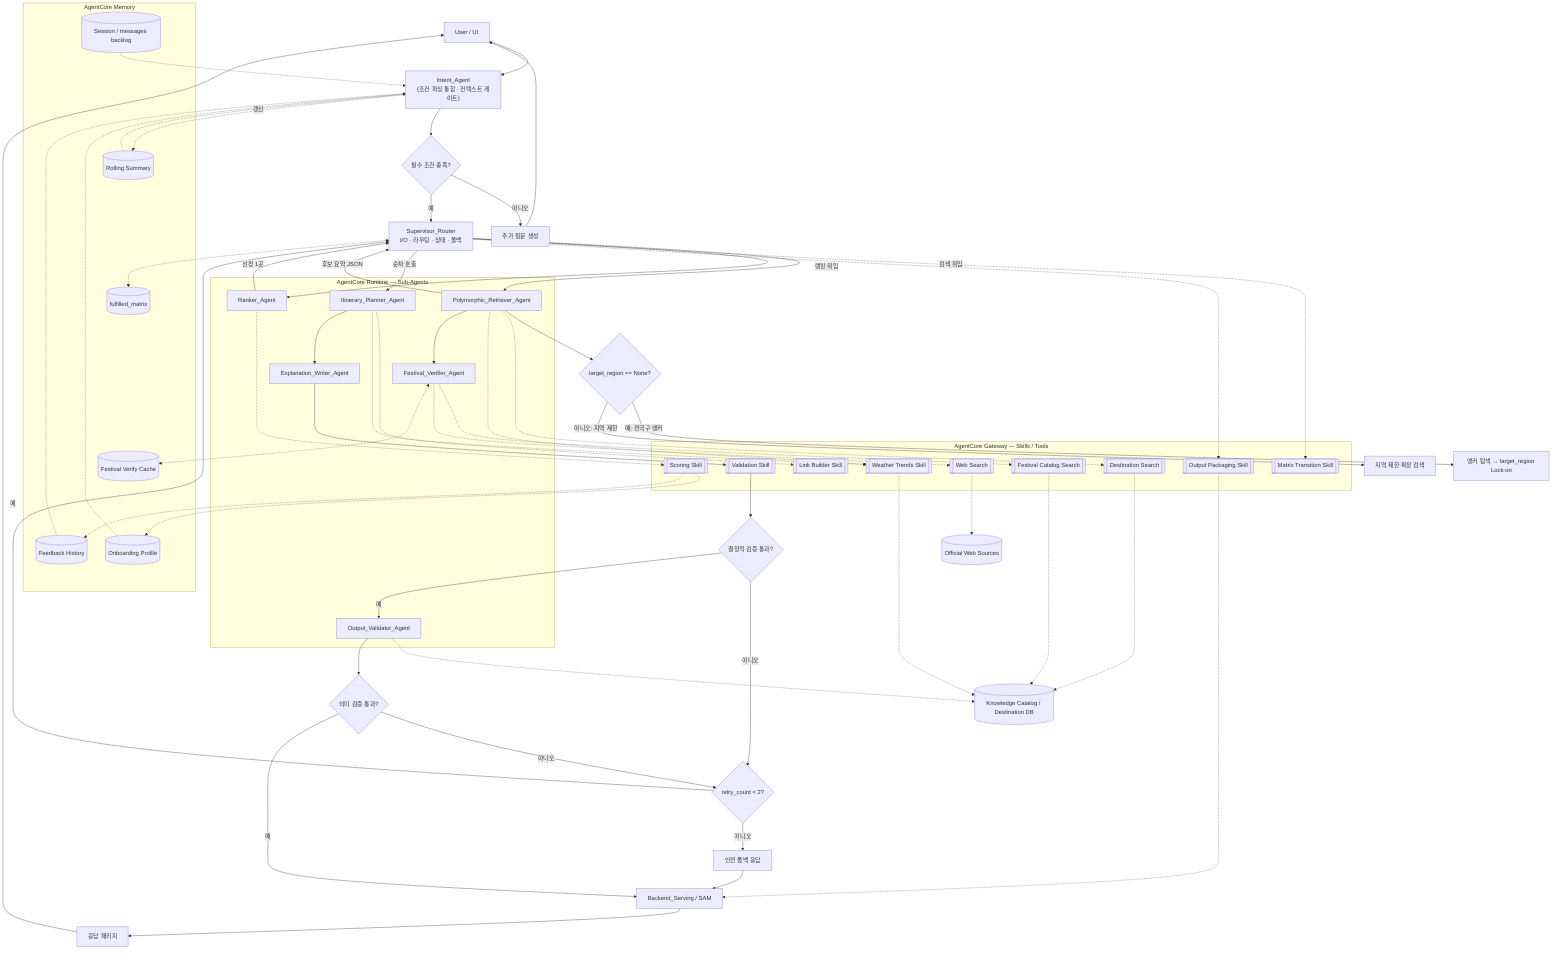
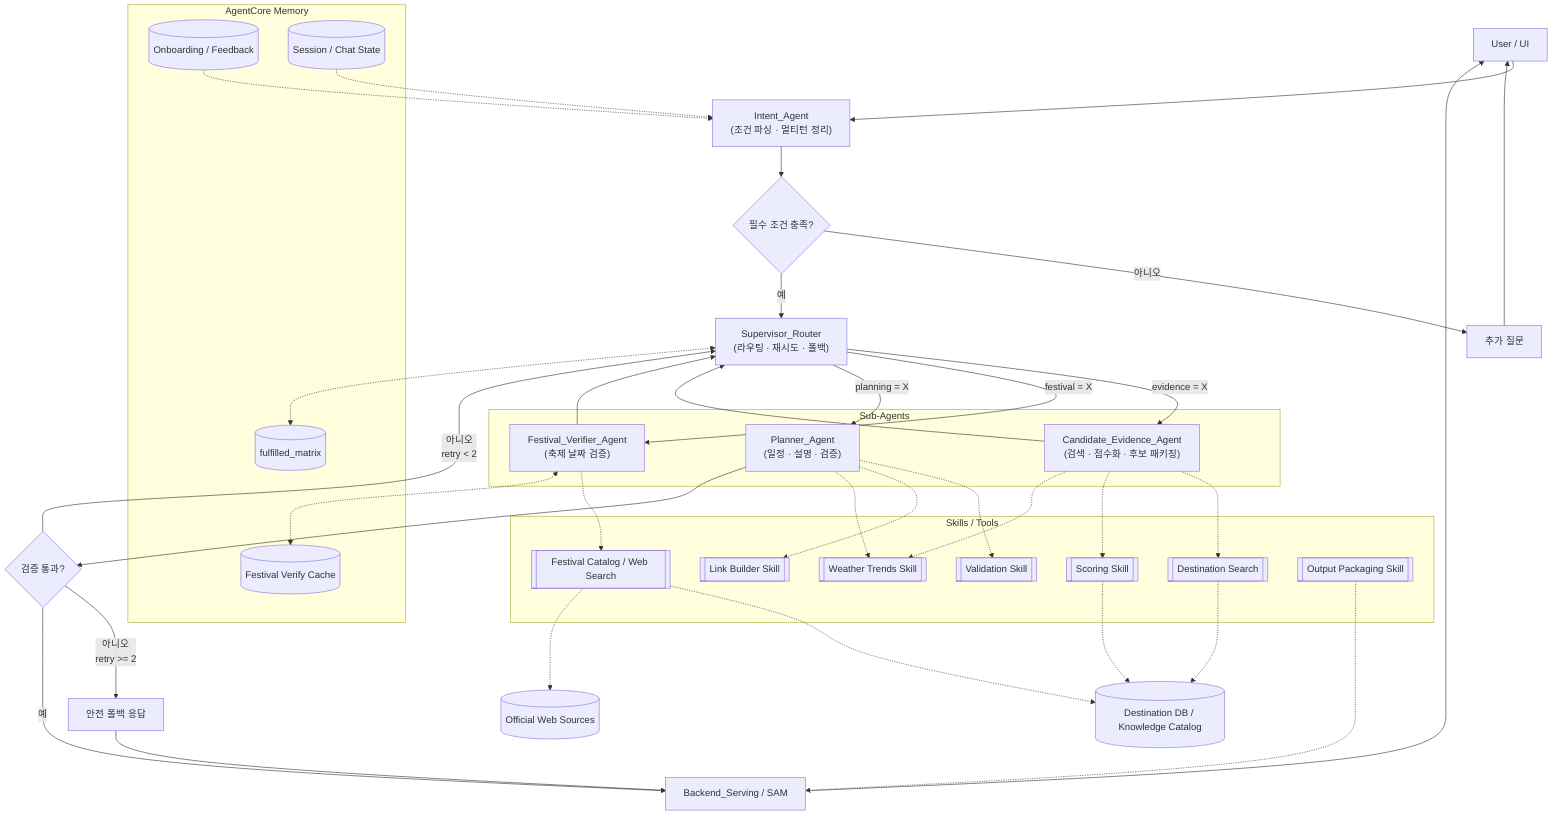
graph TD
    USER["User / UI"]

    subgraph MEM["AgentCore Memory"]
-         ONBOARDING[("Onboarding Profile")]
-         FEEDBACK[("Feedback History")]
-         SESSION[("Session / messages backlog")]
-         SUMMARY[("Rolling Summary")]
-         MATRIXST[("fulfilled_matrix")]
+         PROFILE[("Onboarding / Feedback")]
+         SESSION[("Session / Chat State")]
+         MATRIX[("fulfilled_matrix")]
        FCACHE[("Festival Verify Cache")]
    end

-     USER --> INTENT["Intent_Agent<br/>(조건 파싱 통합 · 컨텍스트 게이트)"]
-     ONBOARDING -.-> INTENT
-     FEEDBACK -.-> INTENT
+     USER --> INTENT["Intent_Agent<br/>(조건 파싱 · 멀티턴 정리)"]
+     PROFILE -.-> INTENT
    SESSION -.-> INTENT
-     SUMMARY -.-> INTENT
-     INTENT -.->|"갱신"| SUMMARY

-     INTENT --> NEEDMORE{"필수 조건 충족?"}
-     NEEDMORE -- "아니오" --> FOLLOWUP["추가 질문 생성"]
-     FOLLOWUP --> USER
-     NEEDMORE -- "예" --> SUP["Supervisor_Router<br/>I/O · 라우팅 · 상태 · 폴백"]
-     SUP <-.-> MATRIXST
+     INTENT --> NEED{"필수 조건 충족?"}
+     NEED -- "아니오" --> ASK["추가 질문"]
+     ASK --> USER
+     NEED -- "예" --> SUP["Supervisor_Router<br/>(라우팅 · 재시도 · 폴백)"]

-     subgraph RUNTIME["AgentCore Runtime — Sub-Agents"]
-         RETRIEVER["Polymorphic_Retriever_Agent"]
-         FESTIVAL["Festival_Verifier_Agent"]
-         RANKER["Ranker_Agent"]
-         PLANNER["Itinerary_Planner_Agent"]
-         WRITER["Explanation_Writer_Agent"]
-         VALAGENT["Output_Validator_Agent"]
+     SUP <-.-> MATRIX
+ 
+     subgraph AGENTS["Sub-Agents"]
+         EVIDENCE["Candidate_Evidence_Agent<br/>(검색 · 점수화 · 후보 패키징)"]
+         FESTIVAL["Festival_Verifier_Agent<br/>(축제 날짜 검증)"]
+         PLANNER["Planner_Agent<br/>(일정 · 설명 · 검증)"]
    end

-     subgraph SKILLS["AgentCore Gateway — Skills / Tools"]
-         DEST[["Destination Search"]]
-         FCAT[["Festival Catalog Search"]]
-         WSEARCH[["Web Search"]]
+     subgraph SKILLS["Skills / Tools"]
+         SEARCH[["Destination Search"]]
        SCORE[["Scoring Skill"]]
-         MATRIXSK[["Matrix Transition Skill"]]
-         VALSK[["Validation Skill"]]
+         WEATHER[["Weather Trends Skill"]]
+         WEB[["Festival Catalog / Web Search"]]
+         VALID[["Validation Skill"]]
        LINK[["Link Builder Skill"]]
-         WEATHER[["Weather Trends Skill"]]
        PACK[["Output Packaging Skill"]]
    end

-     KCAT[("Knowledge Catalog / Destination DB")]
-     WEBSRC[("Official Web Sources")]
+     DB[("Destination DB / Knowledge Catalog")]
+     WEBsrc[("Official Web Sources")]

-     SUP -->|"검색 위임"| RETRIEVER
-     RETRIEVER --> MODE{"target_region == None?"}
-     MODE -- "예: 전국구 앵커" --> ANCHOR["앵커 탐색 → target_region Lock-on"]
-     MODE -- "아니오: 지역 제한" --> LOCAL["지역 제한 확장 검색"]
-     RETRIEVER -.-> DEST
-     RETRIEVER -.-> WEATHER
-     DEST -.-> KCAT
-     WEATHER -.-> KCAT
-     RETRIEVER --> FESTIVAL
-     FESTIVAL -.-> FCAT
-     FESTIVAL -.-> WSEARCH
+     SUP -->|"evidence = X"| EVIDENCE
+     EVIDENCE -.-> SEARCH
+     EVIDENCE -.-> SCORE
+     EVIDENCE -.-> WEATHER
+     SEARCH -.-> DB
+     SCORE -.-> DB
+     EVIDENCE --> SUP
+ 
+     SUP -->|"festival = X"| FESTIVAL
+     FESTIVAL -.-> WEB
    FESTIVAL <-.-> FCACHE
-     FCAT -.-> KCAT
-     WSEARCH -.-> WEBSRC
-     RETRIEVER -->|"후보 요약 JSON"| SUP
+     WEB -.-> DB
+     WEB -.-> WEBsrc
+     FESTIVAL --> SUP

-     SUP -->|"랭킹 위임"| RANKER
-     RANKER -.-> SCORE
-     SCORE -.-> ONBOARDING
-     SCORE -.-> FEEDBACK
-     RANKER -->|"선정 1곳"| SUP
- 
-     SUP -.-> MATRIXSK
-     SUP -.-> PACK
-     SUP -->|"순차 호출"| PLANNER
+     SUP -->|"planning = X"| PLANNER
+     PLANNER -.-> VALID
    PLANNER -.-> LINK
    PLANNER -.-> WEATHER
-     PLANNER --> WRITER
-     WRITER --> VALSK
-     VALSK --> VALGATE{"결정적 검증 통과?"}
-     VALGATE -- "아니오" --> RETRY
-     VALGATE -- "예" --> VALAGENT
-     VALAGENT -.-> KCAT
-     VALAGENT --> VALID{"의미 검증 통과?"}
-     VALID -- "아니오" --> RETRY{"retry_count < 2?"}
-     RETRY -- "예" --> SUP
-     RETRY -- "아니오" --> FALLBACK["안전 폴백 응답"]
-     VALID -- "예" --> SERVING["Backend_Serving / SAM"]
-     PACK -.-> SERVING
-     FALLBACK --> SERVING
-     SERVING --> RESPONSE["응답 패키지"]
-     RESPONSE --> USER
+ 
+     PLANNER --> GATE{"검증 통과?"}
+     GATE -- "아니오<br/>retry < 2" --> SUP
+     GATE -- "아니오<br/>retry >= 2" --> FALLBACK["안전 폴백 응답"]
+     GATE -- "예" --> SERVE["Backend_Serving / SAM"]
+     FALLBACK --> SERVE
+     PACK -.-> SERVE
+     SERVE --> USER
